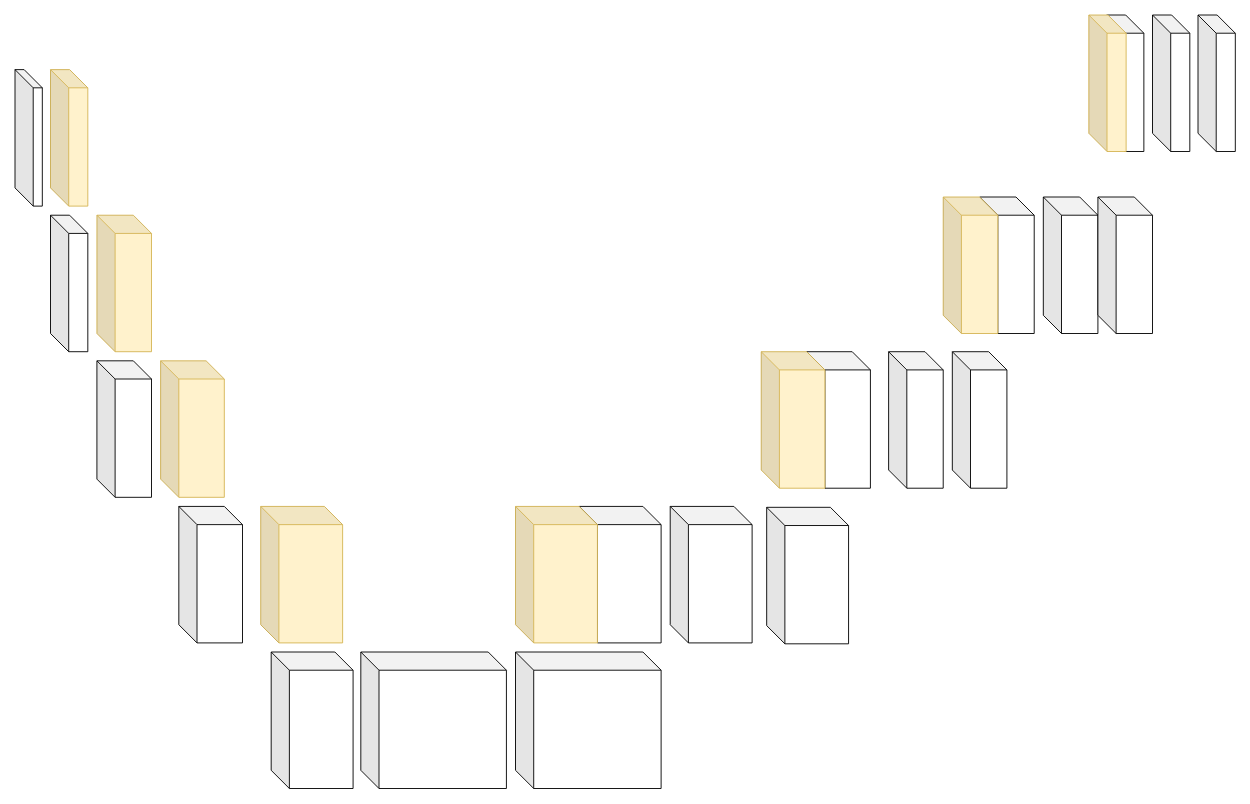
Earlier version of the draw.io diagram 제목 없는 다이어그램.drawio (accucim/vimgolf). Source tidied: cells renumbered, new cells numbered last; positions are measured from the earlier drawing's top-left corner, leaving out a move shared by most shapes. Both pictures are drawn from the tidied source at 91%, with x=0, y=0 at pixel (15, 15).
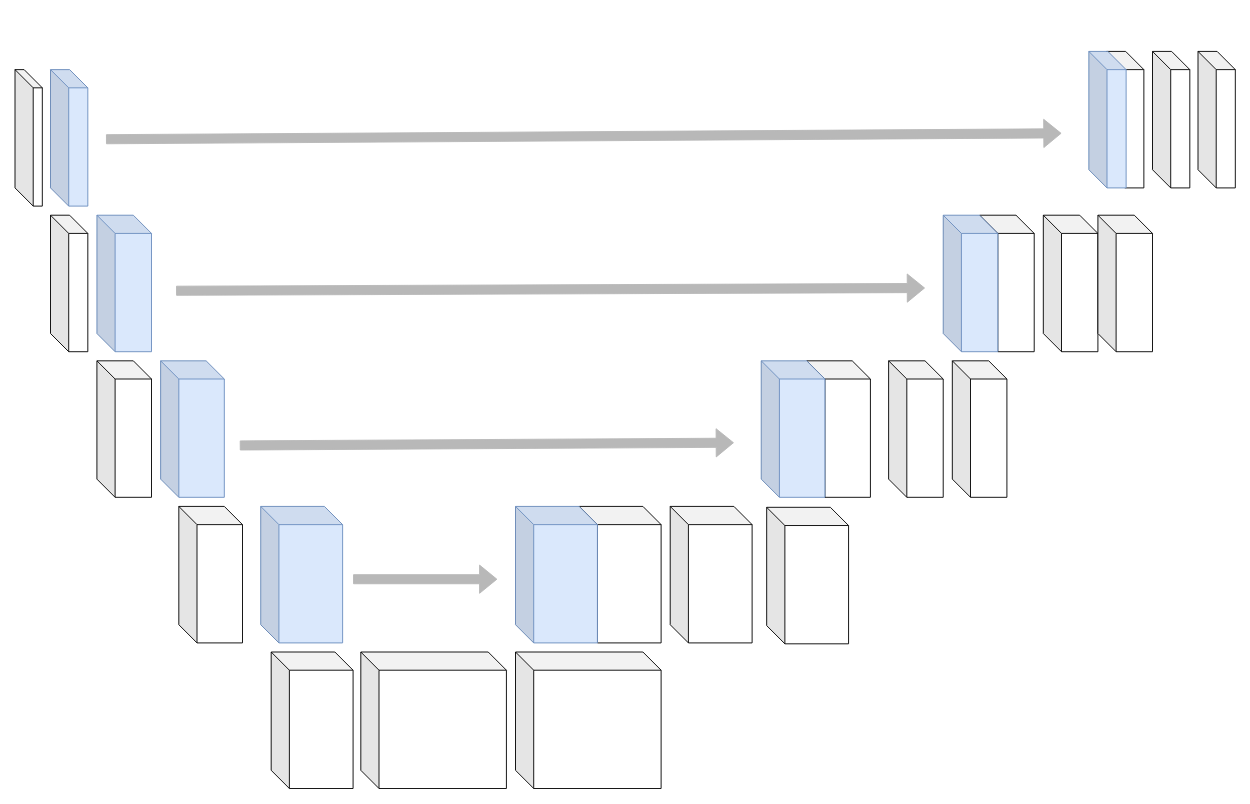
The same diagram, later.

Commit message (it also covers changes not shown here):
제목 없는 다이어그램.drawio 업데이트

Diff of the diagram source:
```diff
@@
-    <mxCell id="2" style="shape=cube;whiteSpace=wrap;html=1;boundedLbl=1;backgroundOutline=1;darkOpacity=0.05;darkOpacity2=0.1;" parent="1" vertex="1">
-      <mxGeometry x="1199.5" width="41" height="150" as="geometry" />
+    <mxCell id="2" style="shape=cube;whiteSpace=wrap;html=1;boundedLbl=1;backgroundOutline=1;darkOpacity=0.05;darkOpacity2=0.1;shadow=0;" parent="1" vertex="1">
+      <mxGeometry x="1199.5" y="40" width="41" height="150" as="geometry" />
     </mxCell>
-    <mxCell id="3" style="shape=cube;whiteSpace=wrap;html=1;boundedLbl=1;backgroundOutline=1;darkOpacity=0.05;darkOpacity2=0.1;" parent="1" vertex="1">
-      <mxGeometry x="1060" y="200" width="60" height="150" as="geometry" />
+    <mxCell id="3" style="shape=cube;whiteSpace=wrap;html=1;boundedLbl=1;backgroundOutline=1;darkOpacity=0.05;darkOpacity2=0.1;shadow=0;" parent="1" vertex="1">
+      <mxGeometry x="1060" y="220" width="60" height="150" as="geometry" />
     </mxCell>
-    <mxCell id="4" style="shape=cube;whiteSpace=wrap;html=1;boundedLbl=1;backgroundOutline=1;darkOpacity=0.05;darkOpacity2=0.1;" parent="1" vertex="1">
-      <mxGeometry x="870" y="370" width="70" height="150" as="geometry" />
+    <mxCell id="4" style="shape=cube;whiteSpace=wrap;html=1;boundedLbl=1;backgroundOutline=1;darkOpacity=0.05;darkOpacity2=0.1;shadow=0;" parent="1" vertex="1">
+      <mxGeometry x="870" y="380" width="70" height="150" as="geometry" />
     </mxCell>
-    <mxCell id="5" style="shape=cube;whiteSpace=wrap;html=1;boundedLbl=1;backgroundOutline=1;darkOpacity=0.05;darkOpacity2=0.1;" parent="1" vertex="1">
+    <mxCell id="5" style="shape=cube;whiteSpace=wrap;html=1;boundedLbl=1;backgroundOutline=1;darkOpacity=0.05;darkOpacity2=0.1;shadow=0;" parent="1" vertex="1">
       <mxGeometry x="826" y="541" width="90" height="150" as="geometry" />
     </mxCell>
-    <mxCell id="6" style="shape=cube;whiteSpace=wrap;html=1;boundedLbl=1;backgroundOutline=1;darkOpacity=0.05;darkOpacity2=0.1;" parent="1" vertex="1">
+    <mxCell id="6" style="shape=cube;whiteSpace=wrap;html=1;boundedLbl=1;backgroundOutline=1;darkOpacity=0.05;darkOpacity2=0.1;shadow=0;" parent="1" vertex="1">
       <mxGeometry x="720" y="540" width="90" height="150" as="geometry" />
     </mxCell>
-    <mxCell id="7" style="shape=cube;whiteSpace=wrap;html=1;boundedLbl=1;backgroundOutline=1;darkOpacity=0.05;darkOpacity2=0.1;" parent="1" vertex="1">
+    <mxCell id="7" style="shape=cube;whiteSpace=wrap;html=1;boundedLbl=1;backgroundOutline=1;darkOpacity=0.05;darkOpacity2=0.1;shadow=0;" parent="1" vertex="1">
       <mxGeometry x="620" y="540" width="90" height="150" as="geometry" />
     </mxCell>
-    <mxCell id="8" style="shape=cube;whiteSpace=wrap;html=1;boundedLbl=1;backgroundOutline=1;darkOpacity=0.05;darkOpacity2=0.1;fillColor=#fff2cc;strokeColor=#d6b656;" parent="1" vertex="1">
-      <mxGeometry x="820" y="370" width="70" height="150" as="geometry" />
+    <mxCell id="8" style="shape=cube;whiteSpace=wrap;html=1;boundedLbl=1;backgroundOutline=1;darkOpacity=0.05;darkOpacity2=0.1;shadow=0;fillColor=#dae8fc;strokeColor=#6c8ebf;" parent="1" vertex="1">
+      <mxGeometry x="820" y="380" width="70" height="150" as="geometry" />
     </mxCell>
-    <mxCell id="9" style="shape=cube;whiteSpace=wrap;html=1;boundedLbl=1;backgroundOutline=1;darkOpacity=0.05;darkOpacity2=0.1;fillColor=#fff2cc;strokeColor=#d6b656;" parent="1" vertex="1">
+    <mxCell id="9" style="shape=cube;whiteSpace=wrap;html=1;boundedLbl=1;backgroundOutline=1;darkOpacity=0.05;darkOpacity2=0.1;shadow=0;fillColor=#dae8fc;strokeColor=#6c8ebf;" parent="1" vertex="1">
       <mxGeometry x="550" y="540" width="90" height="150" as="geometry" />
     </mxCell>
-    <mxCell id="10" style="shape=cube;whiteSpace=wrap;html=1;boundedLbl=1;backgroundOutline=1;darkOpacity=0.05;darkOpacity2=0.1;" parent="1" vertex="1">
+    <mxCell id="10" style="shape=cube;whiteSpace=wrap;html=1;boundedLbl=1;backgroundOutline=1;darkOpacity=0.05;darkOpacity2=0.1;shadow=0;" parent="1" vertex="1">
       <mxGeometry x="550" y="700" width="160" height="150" as="geometry" />
     </mxCell>
-    <mxCell id="11" style="shape=cube;whiteSpace=wrap;html=1;boundedLbl=1;backgroundOutline=1;darkOpacity=0.05;darkOpacity2=0.1;" parent="1" vertex="1">
-      <mxGeometry x="960" y="370" width="60" height="150" as="geometry" />
+    <mxCell id="11" style="shape=cube;whiteSpace=wrap;html=1;boundedLbl=1;backgroundOutline=1;darkOpacity=0.05;darkOpacity2=0.1;shadow=0;" parent="1" vertex="1">
+      <mxGeometry x="960" y="380" width="60" height="150" as="geometry" />
     </mxCell>
-    <mxCell id="12" style="shape=cube;whiteSpace=wrap;html=1;boundedLbl=1;backgroundOutline=1;darkOpacity=0.05;darkOpacity2=0.1;" parent="1" vertex="1">
-      <mxGeometry x="1030" y="370" width="60" height="150" as="geometry" />
+    <mxCell id="12" style="shape=cube;whiteSpace=wrap;html=1;boundedLbl=1;backgroundOutline=1;darkOpacity=0.05;darkOpacity2=0.1;shadow=0;" parent="1" vertex="1">
+      <mxGeometry x="1030" y="380" width="60" height="150" as="geometry" />
     </mxCell>
-    <mxCell id="13" style="shape=cube;whiteSpace=wrap;html=1;boundedLbl=1;backgroundOutline=1;darkOpacity=0.05;darkOpacity2=0.1;" parent="1" vertex="1">
+    <mxCell id="13" style="shape=cube;whiteSpace=wrap;html=1;boundedLbl=1;backgroundOutline=1;darkOpacity=0.05;darkOpacity2=0.1;shadow=0;" parent="1" vertex="1">
       <mxGeometry y="60" width="30" height="150" as="geometry" />
     </mxCell>
-    <mxCell id="14" style="shape=cube;whiteSpace=wrap;html=1;boundedLbl=1;backgroundOutline=1;darkOpacity=0.05;darkOpacity2=0.1;fillColor=#fff2cc;strokeColor=#d6b656;" parent="1" vertex="1">
-      <mxGeometry x="1180" width="41" height="150" as="geometry" />
+    <mxCell id="14" style="shape=cube;whiteSpace=wrap;html=1;boundedLbl=1;backgroundOutline=1;darkOpacity=0.05;darkOpacity2=0.1;shadow=0;fillColor=#dae8fc;strokeColor=#6c8ebf;" parent="1" vertex="1">
+      <mxGeometry x="1180" y="40" width="41" height="150" as="geometry" />
     </mxCell>
-    <mxCell id="15" style="shape=cube;whiteSpace=wrap;html=1;boundedLbl=1;backgroundOutline=1;darkOpacity=0.05;darkOpacity2=0.1;" parent="1" vertex="1">
+    <mxCell id="15" style="shape=cube;whiteSpace=wrap;html=1;boundedLbl=1;backgroundOutline=1;darkOpacity=0.05;darkOpacity2=0.1;shadow=0;" parent="1" vertex="1">
       <mxGeometry x="39" y="220" width="41" height="150" as="geometry" />
     </mxCell>
-    <mxCell id="16" style="shape=cube;whiteSpace=wrap;html=1;boundedLbl=1;backgroundOutline=1;darkOpacity=0.05;darkOpacity2=0.1;fillColor=#fff2cc;strokeColor=#d6b656;" parent="1" vertex="1">
+    <mxCell id="16" style="shape=cube;whiteSpace=wrap;html=1;boundedLbl=1;backgroundOutline=1;darkOpacity=0.05;darkOpacity2=0.1;shadow=0;fillColor=#dae8fc;strokeColor=#6c8ebf;" parent="1" vertex="1">
       <mxGeometry x="90" y="220" width="60" height="150" as="geometry" />
     </mxCell>
-    <mxCell id="17" style="shape=cube;whiteSpace=wrap;html=1;boundedLbl=1;backgroundOutline=1;darkOpacity=0.05;darkOpacity2=0.1;" parent="1" vertex="1">
+    <mxCell id="17" style="shape=cube;whiteSpace=wrap;html=1;boundedLbl=1;backgroundOutline=1;darkOpacity=0.05;darkOpacity2=0.1;shadow=0;" parent="1" vertex="1">
       <mxGeometry x="90" y="380" width="60" height="150" as="geometry" />
     </mxCell>
-    <mxCell id="18" style="shape=cube;whiteSpace=wrap;html=1;boundedLbl=1;backgroundOutline=1;darkOpacity=0.05;darkOpacity2=0.1;" parent="1" vertex="1">
+    <mxCell id="18" style="shape=cube;whiteSpace=wrap;html=1;boundedLbl=1;backgroundOutline=1;darkOpacity=0.05;darkOpacity2=0.1;shadow=0;" parent="1" vertex="1">
       <mxGeometry x="180" y="540" width="70" height="150" as="geometry" />
     </mxCell>
-    <mxCell id="19" style="shape=cube;whiteSpace=wrap;html=1;boundedLbl=1;backgroundOutline=1;darkOpacity=0.05;darkOpacity2=0.1;fillColor=#fff2cc;strokeColor=#d6b656;" parent="1" vertex="1">
+    <mxCell id="19" style="shape=cube;whiteSpace=wrap;html=1;boundedLbl=1;backgroundOutline=1;darkOpacity=0.05;darkOpacity2=0.1;shadow=0;fillColor=#dae8fc;strokeColor=#6c8ebf;" parent="1" vertex="1">
       <mxGeometry x="270" y="540" width="90" height="150" as="geometry" />
     </mxCell>
-    <mxCell id="20" style="shape=cube;whiteSpace=wrap;html=1;boundedLbl=1;backgroundOutline=1;darkOpacity=0.05;darkOpacity2=0.1;" parent="1" vertex="1">
+    <mxCell id="20" style="shape=cube;whiteSpace=wrap;html=1;boundedLbl=1;backgroundOutline=1;darkOpacity=0.05;darkOpacity2=0.1;shadow=0;" parent="1" vertex="1">
       <mxGeometry x="281.5" y="700" width="90" height="150" as="geometry" />
     </mxCell>
-    <mxCell id="21" style="shape=cube;whiteSpace=wrap;html=1;boundedLbl=1;backgroundOutline=1;darkOpacity=0.05;darkOpacity2=0.1;" parent="1" vertex="1">
+    <mxCell id="21" style="shape=cube;whiteSpace=wrap;html=1;boundedLbl=1;backgroundOutline=1;darkOpacity=0.05;darkOpacity2=0.1;shadow=0;" parent="1" vertex="1">
       <mxGeometry x="380" y="700" width="160" height="150" as="geometry" />
     </mxCell>
-    <mxCell id="22" style="shape=cube;whiteSpace=wrap;html=1;boundedLbl=1;backgroundOutline=1;darkOpacity=0.05;darkOpacity2=0.1;fillColor=#fff2cc;strokeColor=#d6b656;" parent="1" vertex="1">
+    <mxCell id="22" style="shape=cube;whiteSpace=wrap;html=1;boundedLbl=1;backgroundOutline=1;darkOpacity=0.05;darkOpacity2=0.1;shadow=0;fillColor=#dae8fc;strokeColor=#6c8ebf;" parent="1" vertex="1">
       <mxGeometry x="160" y="380" width="70" height="150" as="geometry" />
     </mxCell>
-    <mxCell id="23" style="shape=cube;whiteSpace=wrap;html=1;boundedLbl=1;backgroundOutline=1;darkOpacity=0.05;darkOpacity2=0.1;fillColor=#fff2cc;strokeColor=#d6b656;" parent="1" vertex="1">
-      <mxGeometry x="1020" y="200" width="60" height="150" as="geometry" />
+    <mxCell id="23" style="shape=cube;whiteSpace=wrap;html=1;boundedLbl=1;backgroundOutline=1;darkOpacity=0.05;darkOpacity2=0.1;shadow=0;fillColor=#dae8fc;strokeColor=#6c8ebf;" parent="1" vertex="1">
+      <mxGeometry x="1020" y="220" width="60" height="150" as="geometry" />
     </mxCell>
-    <mxCell id="24" style="shape=cube;whiteSpace=wrap;html=1;boundedLbl=1;backgroundOutline=1;darkOpacity=0.05;darkOpacity2=0.1;" parent="1" vertex="1">
-      <mxGeometry x="1130" y="200" width="60" height="150" as="geometry" />
+    <mxCell id="24" style="shape=cube;whiteSpace=wrap;html=1;boundedLbl=1;backgroundOutline=1;darkOpacity=0.05;darkOpacity2=0.1;shadow=0;" parent="1" vertex="1">
+      <mxGeometry x="1130" y="220" width="60" height="150" as="geometry" />
     </mxCell>
-    <mxCell id="25" style="shape=cube;whiteSpace=wrap;html=1;boundedLbl=1;backgroundOutline=1;darkOpacity=0.05;darkOpacity2=0.1;" parent="1" vertex="1">
-      <mxGeometry x="1190" y="200" width="60" height="150" as="geometry" />
+    <mxCell id="25" style="shape=cube;whiteSpace=wrap;html=1;boundedLbl=1;backgroundOutline=1;darkOpacity=0.05;darkOpacity2=0.1;shadow=0;" parent="1" vertex="1">
+      <mxGeometry x="1190" y="220" width="60" height="150" as="geometry" />
     </mxCell>
-    <mxCell id="26" style="shape=cube;whiteSpace=wrap;html=1;boundedLbl=1;backgroundOutline=1;darkOpacity=0.05;darkOpacity2=0.1;fillColor=#fff2cc;strokeColor=#d6b656;" parent="1" vertex="1">
+    <mxCell id="26" style="shape=cube;whiteSpace=wrap;html=1;boundedLbl=1;backgroundOutline=1;darkOpacity=0.05;darkOpacity2=0.1;shadow=0;fillColor=#dae8fc;strokeColor=#6c8ebf;" parent="1" vertex="1">
       <mxGeometry x="39" y="60" width="41" height="150" as="geometry" />
     </mxCell>
-    <mxCell id="27" style="shape=cube;whiteSpace=wrap;html=1;boundedLbl=1;backgroundOutline=1;darkOpacity=0.05;darkOpacity2=0.1;" parent="1" vertex="1">
-      <mxGeometry x="1300" width="41" height="150" as="geometry" />
+    <mxCell id="27" style="shape=cube;whiteSpace=wrap;html=1;boundedLbl=1;backgroundOutline=1;darkOpacity=0.05;darkOpacity2=0.1;shadow=0;" parent="1" vertex="1">
+      <mxGeometry x="1300" y="40" width="41" height="150" as="geometry" />
     </mxCell>
-    <mxCell id="28" style="shape=cube;whiteSpace=wrap;html=1;boundedLbl=1;backgroundOutline=1;darkOpacity=0.05;darkOpacity2=0.1;" parent="1" vertex="1">
-      <mxGeometry x="1250" width="41" height="150" as="geometry" />
+    <mxCell id="28" style="shape=cube;whiteSpace=wrap;html=1;boundedLbl=1;backgroundOutline=1;darkOpacity=0.05;darkOpacity2=0.1;shadow=0;" parent="1" vertex="1">
+      <mxGeometry x="1250" y="40" width="41" height="150" as="geometry" />
     </mxCell>
+    <mxCell id="29" style="shape=flexArrow;endArrow=classic;html=1;rounded=0;fillColor=#b8b8b8;strokeColor=#b8b8b8;" parent="1" edge="1">
+      <mxGeometry relative="1" as="geometry">
+        <mxPoint x="371.5" y="620" as="sourcePoint" />
+        <mxPoint x="530" y="620" as="targetPoint" />
+      </mxGeometry>
+    </mxCell>
+    <mxCell id="30" style="shape=flexArrow;endArrow=classic;html=1;rounded=0;fillColor=#b8b8b8;strokeColor=#b8b8b8;" parent="1" edge="1">
+      <mxGeometry relative="1" as="geometry">
+        <mxPoint x="247" y="473" as="sourcePoint" />
+        <mxPoint x="790" y="470" as="targetPoint" />
+      </mxGeometry>
+    </mxCell>
+    <mxCell id="31" style="shape=flexArrow;endArrow=classic;html=1;rounded=0;fillColor=#b8b8b8;strokeColor=#b8b8b8;" parent="1" edge="1">
+      <mxGeometry relative="1" as="geometry">
+        <mxPoint x="177" y="303" as="sourcePoint" />
+        <mxPoint x="1000" y="300" as="targetPoint" />
+      </mxGeometry>
+    </mxCell>
+    <mxCell id="32" style="shape=flexArrow;endArrow=classic;html=1;rounded=0;fillColor=#b8b8b8;strokeColor=#b8b8b8;" parent="1" edge="1">
+      <mxGeometry relative="1" as="geometry">
+        <mxPoint x="100" y="136.5" as="sourcePoint" />
+        <mxPoint x="1150" y="130" as="targetPoint" />
+      </mxGeometry>
+    </mxCell>
```
